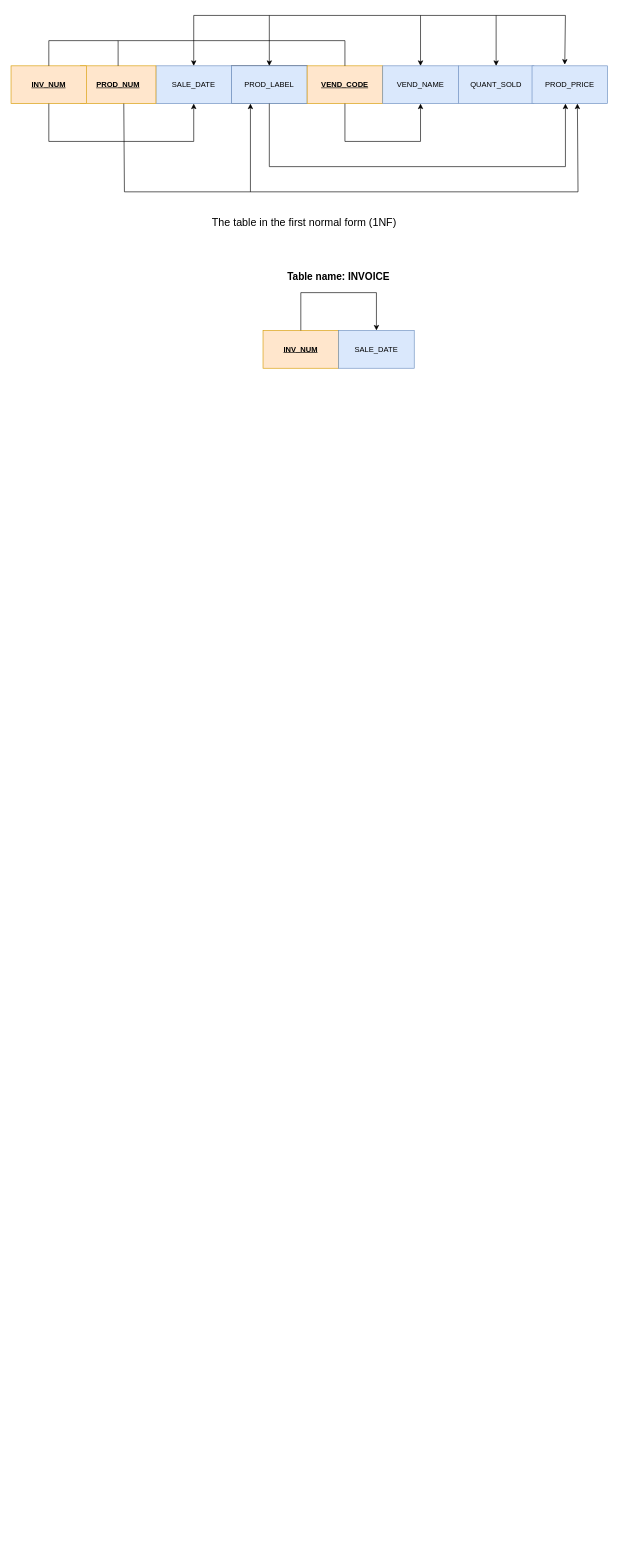
evanchime/Algorithms keeps this draw.io diagram as Untitled Diagram.drawio. Above is the earlier version. Source tidied: cells renumbered, new cells numbered last; positions are measured from the earlier drawing's top-left corner, leaving out a move shared by most shapes. Both pictures are drawn from the tidied source at 63%, with x=0, y=0 at pixel (11, 15).
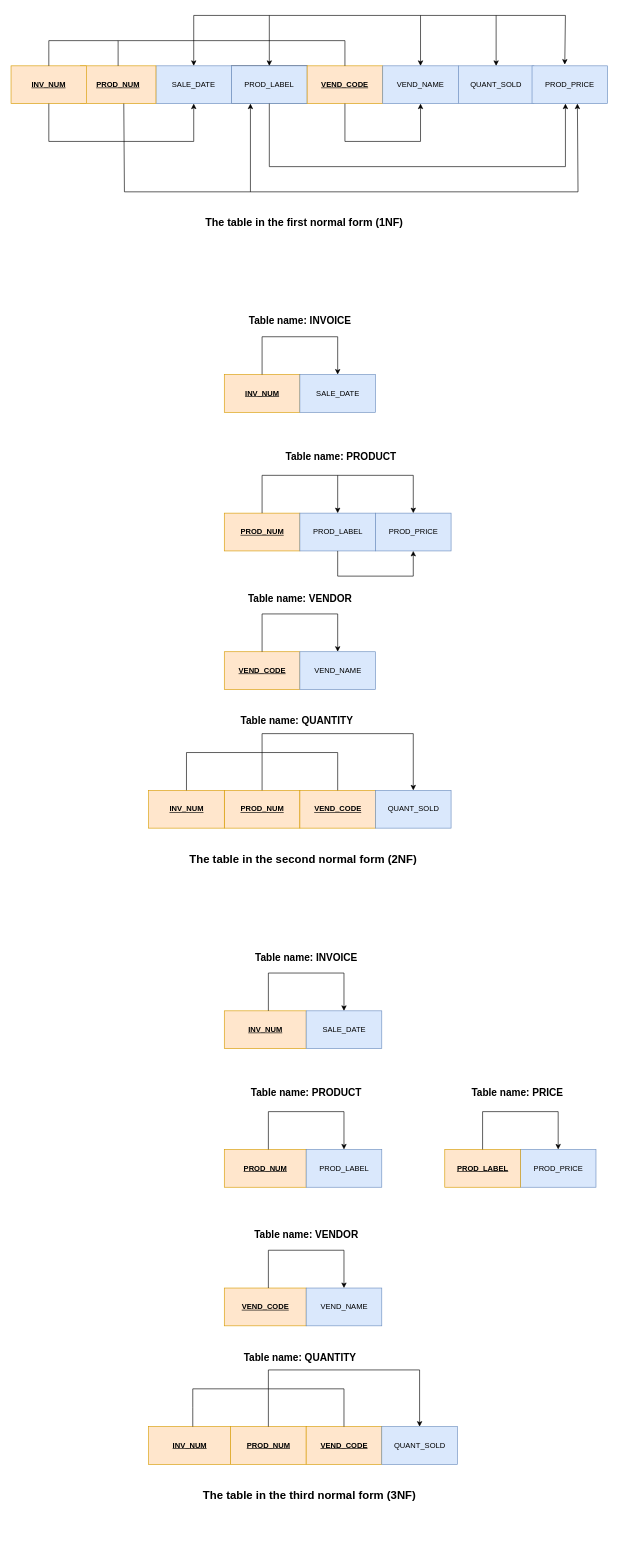
The same diagram, later.

The edit, as a diff of the source:
```diff
@@
-    <mxCell id="35" value="The table in the first normal form (1NF) " style="text;html=1;align=center;verticalAlign=middle;strokeColor=none;fillColor=none;fontSize=17;" parent="1" vertex="1">
-      <mxGeometry x="305" y="315" width="320" height="30" as="geometry" />
+    <mxCell id="35" value="&lt;b&gt;The table in the first normal form (1NF) &lt;/b&gt;" style="text;html=1;align=center;verticalAlign=middle;strokeColor=none;fillColor=none;fontSize=17;" parent="1" vertex="1">
+      <mxGeometry x="295" y="315" width="340" height="30" as="geometry" />
     </mxCell>
     <mxCell id="36" value="&lt;b&gt;&lt;u&gt;INV_NUM&lt;/u&gt;&lt;/b&gt;" style="rounded=0;whiteSpace=wrap;html=1;fillColor=#ffe6cc;strokeColor=#d79b00;" parent="1" vertex="1">
-      <mxGeometry x="400" y="500" width="120" height="60" as="geometry" />
+      <mxGeometry x="338.5" y="570" width="120" height="60" as="geometry" />
     </mxCell>
     <mxCell id="37" value="SALE_DATE" style="rounded=0;whiteSpace=wrap;html=1;fillColor=#dae8fc;strokeColor=#6c8ebf;" parent="1" vertex="1">
-      <mxGeometry x="520" y="500" width="120" height="60" as="geometry" />
+      <mxGeometry x="458.5" y="570" width="120" height="60" as="geometry" />
     </mxCell>
     <mxCell id="38" style="endArrow=none;html=1;rounded=0;" parent="1" edge="1">
       <mxGeometry relative="1" as="geometry">
-        <mxPoint x="460" y="500" as="sourcePoint" />
-        <mxPoint x="460" y="440" as="targetPoint" />
+        <mxPoint x="398.5" y="570" as="sourcePoint" />
+        <mxPoint x="398.5" y="510" as="targetPoint" />
       </mxGeometry>
     </mxCell>
     <mxCell id="39" style="endArrow=none;html=1;rounded=0;" parent="1" edge="1">
       <mxGeometry relative="1" as="geometry">
-        <mxPoint x="460" y="440" as="sourcePoint" />
-        <mxPoint x="580" y="440" as="targetPoint" />
+        <mxPoint x="398.5" y="510" as="sourcePoint" />
+        <mxPoint x="518.5" y="510" as="targetPoint" />
       </mxGeometry>
     </mxCell>
     <mxCell id="40" style="endArrow=classic;html=1;rounded=0;entryX=0.5;entryY=0;entryDx=0;entryDy=0;" parent="1" edge="1" target="37">
       <mxGeometry relative="1" as="geometry">
-        <mxPoint x="580" y="440" as="sourcePoint" />
+        <mxPoint x="518.5" y="510" as="sourcePoint" />
       </mxGeometry>
     </mxCell>
     <mxCell id="41" value="&lt;b&gt;&lt;font style=&quot;font-size: 16px;&quot;&gt;Table name: INVOICE&lt;/font&gt;&lt;/b&gt;" style="text;html=1;align=center;verticalAlign=middle;whiteSpace=wrap;rounded=0;" parent="1" vertex="1">
-      <mxGeometry x="420" y="400" width="200" height="30" as="geometry" />
+      <mxGeometry x="358.5" y="470" width="200" height="30" as="geometry" />
     </mxCell>
+    <mxCell id="42" value="&lt;b&gt;&lt;u&gt;PROD_NUM&lt;/u&gt;&lt;/b&gt;" style="rounded=0;whiteSpace=wrap;html=1;fillColor=#ffe6cc;strokeColor=#d79b00;" parent="1" vertex="1">
+      <mxGeometry x="338.5" y="790" width="120" height="60" as="geometry" />
+    </mxCell>
+    <mxCell id="43" value="PROD_LABEL" style="rounded=0;whiteSpace=wrap;html=1;fillColor=#dae8fc;strokeColor=#6c8ebf;" parent="1" vertex="1">
+      <mxGeometry x="458.5" y="790" width="120" height="60" as="geometry" />
+    </mxCell>
+    <mxCell id="44" value="PROD_PRICE" style="rounded=0;whiteSpace=wrap;html=1;fillColor=#dae8fc;strokeColor=#6c8ebf;" parent="1" vertex="1">
+      <mxGeometry x="578.5" y="790" width="120" height="60" as="geometry" />
+    </mxCell>
+    <mxCell id="45" style="endArrow=none;html=1;rounded=0;" parent="1" edge="1">
+      <mxGeometry relative="1" as="geometry">
+        <mxPoint x="398.5" y="790" as="sourcePoint" />
+        <mxPoint x="398.5" y="730" as="targetPoint" />
+      </mxGeometry>
+    </mxCell>
+    <mxCell id="46" style="endArrow=none;html=1;rounded=0;" parent="1" edge="1">
+      <mxGeometry relative="1" as="geometry">
+        <mxPoint x="398.5" y="730" as="sourcePoint" />
+        <mxPoint x="638.5" y="730" as="targetPoint" />
+      </mxGeometry>
+    </mxCell>
+    <mxCell id="47" style="endArrow=classic;html=1;rounded=0;entryX=0.5;entryY=0;entryDx=0;entryDy=0;" parent="1" edge="1" target="44">
+      <mxGeometry relative="1" as="geometry">
+        <mxPoint x="638.5" y="730" as="sourcePoint" />
+      </mxGeometry>
+    </mxCell>
+    <mxCell id="48" style="endArrow=classic;html=1;rounded=0;entryX=0.5;entryY=0;entryDx=0;entryDy=0;" parent="1" edge="1" target="43">
+      <mxGeometry relative="1" as="geometry">
+        <mxPoint x="518.5" y="730" as="sourcePoint" />
+      </mxGeometry>
+    </mxCell>
+    <mxCell id="49" value="&lt;font style=&quot;font-size: 16px;&quot;&gt;&lt;b&gt;&lt;font style=&quot;font-size: 16px;&quot;&gt;Table name: PRODUCT&lt;/font&gt;&lt;/b&gt;&lt;/font&gt;" style="text;html=1;align=center;verticalAlign=middle;whiteSpace=wrap;rounded=0;" parent="1" vertex="1">
+      <mxGeometry x="408.5" y="680" width="230" height="40" as="geometry" />
+    </mxCell>
+    <mxCell id="50" value="&lt;b&gt;&lt;u&gt;VEND_CODE&lt;/u&gt;&lt;/b&gt;" style="rounded=0;whiteSpace=wrap;html=1;fillColor=#ffe6cc;strokeColor=#d79b00;" parent="1" vertex="1">
+      <mxGeometry x="338.5" y="1010" width="120" height="60" as="geometry" />
+    </mxCell>
+    <mxCell id="51" value="VEND_NAME" style="rounded=0;whiteSpace=wrap;html=1;fillColor=#dae8fc;strokeColor=#6c8ebf;" parent="1" vertex="1">
+      <mxGeometry x="458.5" y="1010" width="120" height="60" as="geometry" />
+    </mxCell>
+    <mxCell id="52" style="endArrow=none;html=1;rounded=0;" parent="1" edge="1">
+      <mxGeometry relative="1" as="geometry">
+        <mxPoint x="398.5" y="1010" as="sourcePoint" />
+        <mxPoint x="398.5" y="950" as="targetPoint" />
+      </mxGeometry>
+    </mxCell>
+    <mxCell id="53" style="endArrow=none;html=1;rounded=0;" parent="1" edge="1">
+      <mxGeometry relative="1" as="geometry">
+        <mxPoint x="398.5" y="950" as="sourcePoint" />
+        <mxPoint x="518.5" y="950" as="targetPoint" />
+      </mxGeometry>
+    </mxCell>
+    <mxCell id="54" style="endArrow=classic;html=1;rounded=0;entryX=0.5;entryY=0;entryDx=0;entryDy=0;" parent="1" edge="1" target="51">
+      <mxGeometry relative="1" as="geometry">
+        <mxPoint x="518.5" y="950" as="sourcePoint" />
+      </mxGeometry>
+    </mxCell>
+    <mxCell id="55" value="&lt;font size=&quot;1&quot;&gt;&lt;b style=&quot;font-size: 16px;&quot;&gt;Table name: VENDOR&lt;/b&gt;&lt;/font&gt;" style="text;html=1;align=center;verticalAlign=middle;whiteSpace=wrap;rounded=0;" parent="1" vertex="1">
+      <mxGeometry x="368.5" y="910" width="180" height="30" as="geometry" />
+    </mxCell>
+    <mxCell id="56" value="&lt;b&gt;&lt;u&gt;PROD_NUM&lt;/u&gt;&lt;/b&gt;" style="rounded=0;whiteSpace=wrap;html=1;fillColor=#ffe6cc;strokeColor=#d79b00;" parent="1" vertex="1">
+      <mxGeometry x="338.5" y="1230" width="120" height="60" as="geometry" />
+    </mxCell>
+    <mxCell id="57" value="&lt;b&gt;&lt;u&gt;INV_NUM&lt;/u&gt;&lt;/b&gt;" style="rounded=0;whiteSpace=wrap;html=1;fillColor=#ffe6cc;strokeColor=#d79b00;" parent="1" vertex="1">
+      <mxGeometry x="218.5" y="1230" width="120" height="60" as="geometry" />
+    </mxCell>
+    <mxCell id="58" value="&lt;b&gt;&lt;u&gt;VEND_CODE&lt;/u&gt;&lt;/b&gt;" style="rounded=0;whiteSpace=wrap;html=1;fillColor=#ffe6cc;strokeColor=#d79b00;" parent="1" vertex="1">
+      <mxGeometry x="458.5" y="1230" width="120" height="60" as="geometry" />
+    </mxCell>
+    <mxCell id="59" value="QUANT_SOLD" style="rounded=0;whiteSpace=wrap;html=1;fillColor=#dae8fc;strokeColor=#6c8ebf;" parent="1" vertex="1">
+      <mxGeometry x="578.5" y="1230" width="120" height="60" as="geometry" />
+    </mxCell>
+    <mxCell id="60" style="endArrow=none;html=1;rounded=0;" parent="1" edge="1">
+      <mxGeometry relative="1" as="geometry">
+        <mxPoint x="278.5" y="1230" as="sourcePoint" />
+        <mxPoint x="278.5" y="1170" as="targetPoint" />
+      </mxGeometry>
+    </mxCell>
+    <mxCell id="61" style="endArrow=none;html=1;rounded=0;" parent="1" edge="1">
+      <mxGeometry relative="1" as="geometry">
+        <mxPoint x="278.5" y="1170" as="sourcePoint" />
+        <mxPoint x="518.5" y="1170" as="targetPoint" />
+      </mxGeometry>
+    </mxCell>
+    <mxCell id="62" style="endArrow=classic;html=1;rounded=0;entryX=0.5;entryY=0;entryDx=0;entryDy=0;" parent="1" edge="1" target="59">
+      <mxGeometry relative="1" as="geometry">
+        <mxPoint x="638.5" y="1140" as="sourcePoint" />
+      </mxGeometry>
+    </mxCell>
+    <mxCell id="63" style="endArrow=none;html=1;rounded=0;entryX=0.5;entryY=0;entryDx=0;entryDy=0;" parent="1" edge="1" target="56">
+      <mxGeometry relative="1" as="geometry">
+        <mxPoint x="398.5" y="1170" as="sourcePoint" />
+      </mxGeometry>
+    </mxCell>
+    <mxCell id="64" style="endArrow=none;html=1;rounded=0;entryX=0.5;entryY=0;entryDx=0;entryDy=0;" parent="1" edge="1" target="58">
+      <mxGeometry relative="1" as="geometry">
+        <mxPoint x="518.5" y="1170" as="sourcePoint" />
+      </mxGeometry>
+    </mxCell>
+    <mxCell id="65" value="&lt;font size=&quot;1&quot;&gt;&lt;b style=&quot;font-size: 16px;&quot;&gt;Table name: QUANTITY&lt;/b&gt;&lt;/font&gt;" style="text;html=1;align=center;verticalAlign=middle;whiteSpace=wrap;rounded=0;" parent="1" vertex="1">
+      <mxGeometry x="348.5" y="1090" width="210" height="60" as="geometry" />
+    </mxCell>
+    <mxCell id="66" value="&lt;b&gt;&lt;font style=&quot;font-size: 18px;&quot;&gt;The table in the second normal form (2NF) &lt;/font&gt;&lt;/b&gt;" style="text;html=1;align=center;verticalAlign=middle;whiteSpace=wrap;rounded=0;" parent="1" vertex="1">
+      <mxGeometry x="268.5" y="1280" width="390" height="120" as="geometry" />
+    </mxCell>
+    <mxCell id="67" style="endArrow=none;html=1;rounded=0;" parent="1" edge="1">
+      <mxGeometry relative="1" as="geometry">
+        <mxPoint x="518.5" y="850" as="sourcePoint" />
+        <mxPoint x="518.5" y="890" as="targetPoint" />
+      </mxGeometry>
+    </mxCell>
+    <mxCell id="68" style="endArrow=none;html=1;rounded=0;" parent="1" edge="1">
+      <mxGeometry relative="1" as="geometry">
+        <mxPoint x="518.5" y="890" as="sourcePoint" />
+        <mxPoint x="638.5" y="890" as="targetPoint" />
+      </mxGeometry>
+    </mxCell>
+    <mxCell id="69" style="endArrow=classic;html=1;rounded=0;entryX=0.5;entryY=1;entryDx=0;entryDy=0;" parent="1" edge="1" target="44">
+      <mxGeometry relative="1" as="geometry">
+        <mxPoint x="638.5" y="890" as="sourcePoint" />
+      </mxGeometry>
+    </mxCell>
+    <mxCell id="70" style="endArrow=none;html=1;rounded=0;entryX=0.238;entryY=0.833;entryDx=0;entryDy=0;entryPerimeter=0;" parent="1" edge="1" target="65">
+      <mxGeometry relative="1" as="geometry">
+        <mxPoint x="398.5" y="1170" as="sourcePoint" />
+      </mxGeometry>
+    </mxCell>
+    <mxCell id="71" style="endArrow=none;html=1;rounded=0;" parent="1" edge="1">
+      <mxGeometry relative="1" as="geometry">
+        <mxPoint x="398.5" y="1140" as="sourcePoint" />
+        <mxPoint x="638.5" y="1140" as="targetPoint" />
+      </mxGeometry>
+    </mxCell>
+    <mxCell id="72" value="&lt;b&gt;&lt;u&gt;INV_NUM&lt;/u&gt;&lt;/b&gt;" style="rounded=0;whiteSpace=wrap;html=1;fillColor=#ffe6cc;strokeColor=#d79b00;" parent="1" vertex="1">
+      <mxGeometry x="338.5" y="1580" width="130" height="60" as="geometry" />
+    </mxCell>
+    <mxCell id="73" value="SALE_DATE" style="rounded=0;whiteSpace=wrap;html=1;fillColor=#dae8fc;strokeColor=#6c8ebf;" parent="1" vertex="1">
+      <mxGeometry x="468.5" y="1580" width="120" height="60" as="geometry" />
+    </mxCell>
+    <mxCell id="74" style="endArrow=none;html=1;rounded=0;" parent="1" edge="1">
+      <mxGeometry relative="1" as="geometry">
+        <mxPoint x="408.5" y="1580" as="sourcePoint" />
+        <mxPoint x="408.5" y="1520" as="targetPoint" />
+      </mxGeometry>
+    </mxCell>
+    <mxCell id="75" style="endArrow=none;html=1;rounded=0;" parent="1" edge="1">
+      <mxGeometry relative="1" as="geometry">
+        <mxPoint x="408.5" y="1520" as="sourcePoint" />
+        <mxPoint x="528.5" y="1520" as="targetPoint" />
+      </mxGeometry>
+    </mxCell>
+    <mxCell id="76" style="endArrow=classic;html=1;rounded=0;entryX=0.5;entryY=0;entryDx=0;entryDy=0;" parent="1" edge="1" target="73">
+      <mxGeometry relative="1" as="geometry">
+        <mxPoint x="528.5" y="1520" as="sourcePoint" />
+      </mxGeometry>
+    </mxCell>
+    <mxCell id="77" value="&lt;b&gt;&lt;font style=&quot;font-size: 16px;&quot;&gt;Table name: INVOICE&lt;/font&gt;&lt;/b&gt;" style="text;html=1;align=center;verticalAlign=middle;whiteSpace=wrap;rounded=0;" parent="1" vertex="1">
+      <mxGeometry x="368.5" y="1480" width="200" height="30" as="geometry" />
+    </mxCell>
+    <mxCell id="78" value="&lt;b&gt;&lt;u&gt;PROD_NUM&lt;/u&gt;&lt;/b&gt;" style="rounded=0;whiteSpace=wrap;html=1;fillColor=#ffe6cc;strokeColor=#d79b00;" parent="1" vertex="1">
+      <mxGeometry x="338.5" y="1800" width="130" height="60" as="geometry" />
+    </mxCell>
+    <mxCell id="79" value="PROD_LABEL" style="rounded=0;whiteSpace=wrap;html=1;fillColor=#dae8fc;strokeColor=#6c8ebf;" parent="1" vertex="1">
+      <mxGeometry x="468.5" y="1800" width="120" height="60" as="geometry" />
+    </mxCell>
+    <mxCell id="80" value="PROD_PRICE" style="rounded=0;whiteSpace=wrap;html=1;fillColor=#dae8fc;strokeColor=#6c8ebf;" parent="1" vertex="1">
+      <mxGeometry x="808.5" y="1800" width="120" height="60" as="geometry" />
+    </mxCell>
+    <mxCell id="81" style="endArrow=none;html=1;rounded=0;" parent="1" edge="1">
+      <mxGeometry relative="1" as="geometry">
+        <mxPoint x="408.5" y="1800" as="sourcePoint" />
+        <mxPoint x="408.5" y="1740" as="targetPoint" />
+      </mxGeometry>
+    </mxCell>
+    <mxCell id="82" style="endArrow=none;html=1;rounded=0;" parent="1" edge="1">
+      <mxGeometry relative="1" as="geometry">
+        <mxPoint x="408.5" y="1740" as="sourcePoint" />
+        <mxPoint x="528.5" y="1740" as="targetPoint" />
+      </mxGeometry>
+    </mxCell>
+    <mxCell id="83" style="endArrow=classic;html=1;rounded=0;entryX=0.5;entryY=0;entryDx=0;entryDy=0;" parent="1" edge="1" target="79">
+      <mxGeometry relative="1" as="geometry">
+        <mxPoint x="528.5" y="1740" as="sourcePoint" />
+      </mxGeometry>
+    </mxCell>
+    <mxCell id="84" value="&lt;font style=&quot;font-size: 16px;&quot;&gt;&lt;b&gt;&lt;font style=&quot;font-size: 16px;&quot;&gt;Table name: PRODUCT&lt;/font&gt;&lt;/b&gt;&lt;/font&gt;" style="text;html=1;align=center;verticalAlign=middle;whiteSpace=wrap;rounded=0;" parent="1" vertex="1">
+      <mxGeometry x="288.5" y="1690" width="360" height="40" as="geometry" />
+    </mxCell>
+    <mxCell id="85" value="&lt;b&gt;&lt;u&gt;VEND_CODE&lt;/u&gt;&lt;/b&gt;" style="rounded=0;whiteSpace=wrap;html=1;fillColor=#ffe6cc;strokeColor=#d79b00;" parent="1" vertex="1">
+      <mxGeometry x="338.5" y="2020" width="130" height="60" as="geometry" />
+    </mxCell>
+    <mxCell id="86" value="VEND_NAME" style="rounded=0;whiteSpace=wrap;html=1;fillColor=#dae8fc;strokeColor=#6c8ebf;" parent="1" vertex="1">
+      <mxGeometry x="468.5" y="2020" width="120" height="60" as="geometry" />
+    </mxCell>
+    <mxCell id="87" style="endArrow=none;html=1;rounded=0;" parent="1" edge="1">
+      <mxGeometry relative="1" as="geometry">
+        <mxPoint x="408.5" y="2020" as="sourcePoint" />
+        <mxPoint x="408.5" y="1960" as="targetPoint" />
+      </mxGeometry>
+    </mxCell>
+    <mxCell id="88" style="endArrow=none;html=1;rounded=0;" parent="1" edge="1">
+      <mxGeometry relative="1" as="geometry">
+        <mxPoint x="408.5" y="1960" as="sourcePoint" />
+        <mxPoint x="528.5" y="1960" as="targetPoint" />
+      </mxGeometry>
+    </mxCell>
+    <mxCell id="89" style="endArrow=classic;html=1;rounded=0;entryX=0.5;entryY=0;entryDx=0;entryDy=0;" parent="1" edge="1" target="86">
+      <mxGeometry relative="1" as="geometry">
+        <mxPoint x="528.5" y="1960" as="sourcePoint" />
+      </mxGeometry>
+    </mxCell>
+    <mxCell id="90" value="&lt;font size=&quot;1&quot;&gt;&lt;b style=&quot;font-size: 16px;&quot;&gt;Table name: VENDOR&lt;/b&gt;&lt;/font&gt;" style="text;html=1;align=center;verticalAlign=middle;whiteSpace=wrap;rounded=0;" parent="1" vertex="1">
+      <mxGeometry x="378.5" y="1920" width="180" height="30" as="geometry" />
+    </mxCell>
+    <mxCell id="91" value="&lt;b&gt;&lt;u&gt;PROD_NUM&lt;/u&gt;&lt;/b&gt;" style="rounded=0;whiteSpace=wrap;html=1;fillColor=#ffe6cc;strokeColor=#d79b00;" parent="1" vertex="1">
+      <mxGeometry x="348.5" y="2240" width="120" height="60" as="geometry" />
+    </mxCell>
+    <mxCell id="92" value="&lt;b&gt;&lt;u&gt;INV_NUM&lt;/u&gt;&lt;/b&gt;" style="rounded=0;whiteSpace=wrap;html=1;fillColor=#ffe6cc;strokeColor=#d79b00;" parent="1" vertex="1">
+      <mxGeometry x="218.5" y="2240" width="130" height="60" as="geometry" />
+    </mxCell>
+    <mxCell id="93" value="&lt;b&gt;&lt;u&gt;VEND_CODE&lt;/u&gt;&lt;/b&gt;" style="rounded=0;whiteSpace=wrap;html=1;fillColor=#ffe6cc;strokeColor=#d79b00;" parent="1" vertex="1">
+      <mxGeometry x="468.5" y="2240" width="120" height="60" as="geometry" />
+    </mxCell>
+    <mxCell id="94" value="QUANT_SOLD" style="rounded=0;whiteSpace=wrap;html=1;fillColor=#dae8fc;strokeColor=#6c8ebf;" parent="1" vertex="1">
+      <mxGeometry x="588.5" y="2240" width="120" height="60" as="geometry" />
+    </mxCell>
+    <mxCell id="95" style="endArrow=none;html=1;rounded=0;" parent="1" edge="1">
+      <mxGeometry relative="1" as="geometry">
+        <mxPoint x="288.5" y="2240" as="sourcePoint" />
+        <mxPoint x="288.5" y="2180" as="targetPoint" />
+        <Array as="points">
+          <mxPoint x="288.5" y="2210" />
+        </Array>
+      </mxGeometry>
+    </mxCell>
+    <mxCell id="96" style="endArrow=none;html=1;rounded=0;" parent="1" edge="1">
+      <mxGeometry relative="1" as="geometry">
+        <mxPoint x="288.5" y="2180" as="sourcePoint" />
+        <mxPoint x="528.5" y="2180" as="targetPoint" />
+      </mxGeometry>
+    </mxCell>
+    <mxCell id="97" style="endArrow=classic;html=1;rounded=0;entryX=0.5;entryY=0;entryDx=0;entryDy=0;" parent="1" edge="1" target="94">
+      <mxGeometry relative="1" as="geometry">
+        <mxPoint x="648.5" y="2150" as="sourcePoint" />
+      </mxGeometry>
+    </mxCell>
+    <mxCell id="98" style="endArrow=none;html=1;rounded=0;entryX=0.5;entryY=0;entryDx=0;entryDy=0;" parent="1" edge="1" target="91">
+      <mxGeometry relative="1" as="geometry">
+        <mxPoint x="408.5" y="2180" as="sourcePoint" />
+      </mxGeometry>
+    </mxCell>
+    <mxCell id="99" style="endArrow=none;html=1;rounded=0;entryX=0.5;entryY=0;entryDx=0;entryDy=0;" parent="1" edge="1" target="93">
+      <mxGeometry relative="1" as="geometry">
+        <mxPoint x="528.5" y="2180" as="sourcePoint" />
+      </mxGeometry>
+    </mxCell>
+    <mxCell id="100" value="&lt;font size=&quot;1&quot;&gt;&lt;b style=&quot;font-size: 16px;&quot;&gt;Table name: QUANTITY&lt;/b&gt;&lt;/font&gt;" style="text;html=1;align=center;verticalAlign=middle;whiteSpace=wrap;rounded=0;" parent="1" vertex="1">
+      <mxGeometry x="348.5" y="2100" width="220" height="60" as="geometry" />
+    </mxCell>
+    <mxCell id="101" value="&lt;b&gt;&lt;font style=&quot;font-size: 18px;&quot;&gt;The table in the third normal form (3NF) &lt;/font&gt;&lt;/b&gt;" style="text;html=1;align=center;verticalAlign=middle;whiteSpace=wrap;rounded=0;" parent="1" vertex="1">
+      <mxGeometry x="278.5" y="2290" width="390" height="120" as="geometry" />
+    </mxCell>
+    <mxCell id="102" style="endArrow=none;html=1;rounded=0;" parent="1" edge="1">
+      <mxGeometry relative="1" as="geometry">
+        <mxPoint x="408.5" y="2180" as="sourcePoint" />
+        <mxPoint x="408.5" y="2150" as="targetPoint" />
+      </mxGeometry>
+    </mxCell>
+    <mxCell id="103" style="endArrow=none;html=1;rounded=0;" parent="1" edge="1">
+      <mxGeometry relative="1" as="geometry">
+        <mxPoint x="408.5" y="2150" as="sourcePoint" />
+        <mxPoint x="648.5" y="2150" as="targetPoint" />
+      </mxGeometry>
+    </mxCell>
+    <mxCell id="104" value="&lt;b&gt;&lt;u&gt;PROD_LABEL&lt;/u&gt;&lt;/b&gt;" style="rounded=0;whiteSpace=wrap;html=1;fillColor=#ffe6cc;strokeColor=#d79b00;" parent="1" vertex="1">
+      <mxGeometry x="688.5" y="1800" width="120" height="60" as="geometry" />
+    </mxCell>
+    <mxCell id="105" style="endArrow=none;html=1;rounded=0;" parent="1" edge="1">
+      <mxGeometry relative="1" as="geometry">
+        <mxPoint x="748.5" y="1800" as="sourcePoint" />
+        <mxPoint x="748.5" y="1740" as="targetPoint" />
+      </mxGeometry>
+    </mxCell>
+    <mxCell id="106" style="endArrow=none;html=1;rounded=0;" parent="1" edge="1">
+      <mxGeometry relative="1" as="geometry">
+        <mxPoint x="748.5" y="1740" as="sourcePoint" />
+        <mxPoint x="868.5" y="1740" as="targetPoint" />
+      </mxGeometry>
+    </mxCell>
+    <mxCell id="107" style="endArrow=classic;html=1;rounded=0;entryX=0.5;entryY=0;entryDx=0;entryDy=0;" parent="1" edge="1" target="80">
+      <mxGeometry relative="1" as="geometry">
+        <mxPoint x="868.5" y="1740" as="sourcePoint" />
+      </mxGeometry>
+    </mxCell>
+    <mxCell id="108" value="&lt;b&gt;&lt;font style=&quot;font-size: 16px;&quot;&gt;Table name: PRICE&lt;/font&gt;&lt;/b&gt;" style="text;html=1;align=center;verticalAlign=middle;whiteSpace=wrap;rounded=0;" parent="1" vertex="1">
+      <mxGeometry x="718.5" y="1690" width="170" height="40" as="geometry" />
+    </mxCell>
```
